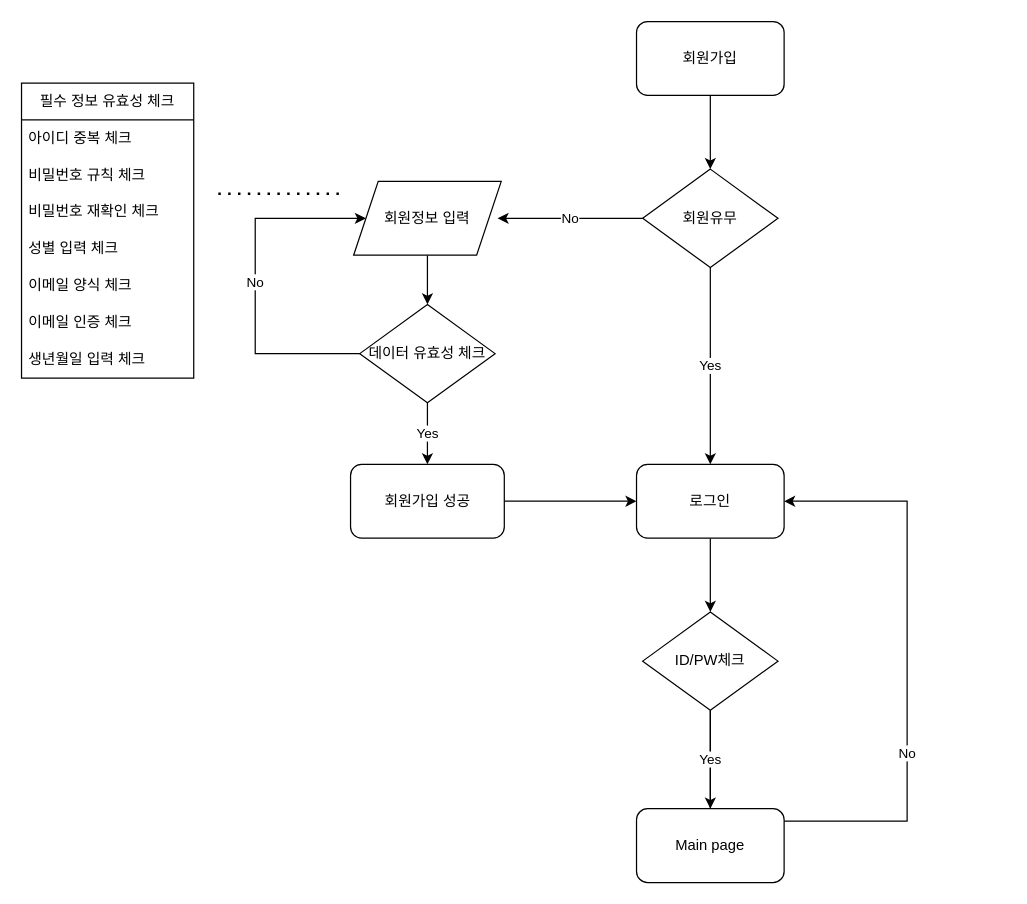
awfawf123/workspace keeps this draw.io diagram as page "회원가입" (1 of 2) of 제목 없는 다이어그램.drawio. Above is the earlier version. Source tidied: cells renumbered, new cells numbered last; positions are measured from the earlier drawing's top-left corner, leaving out a move shared by most shapes. Both pictures are drawn from the tidied source at 123%, with x=0, y=0 at pixel (21, 21).
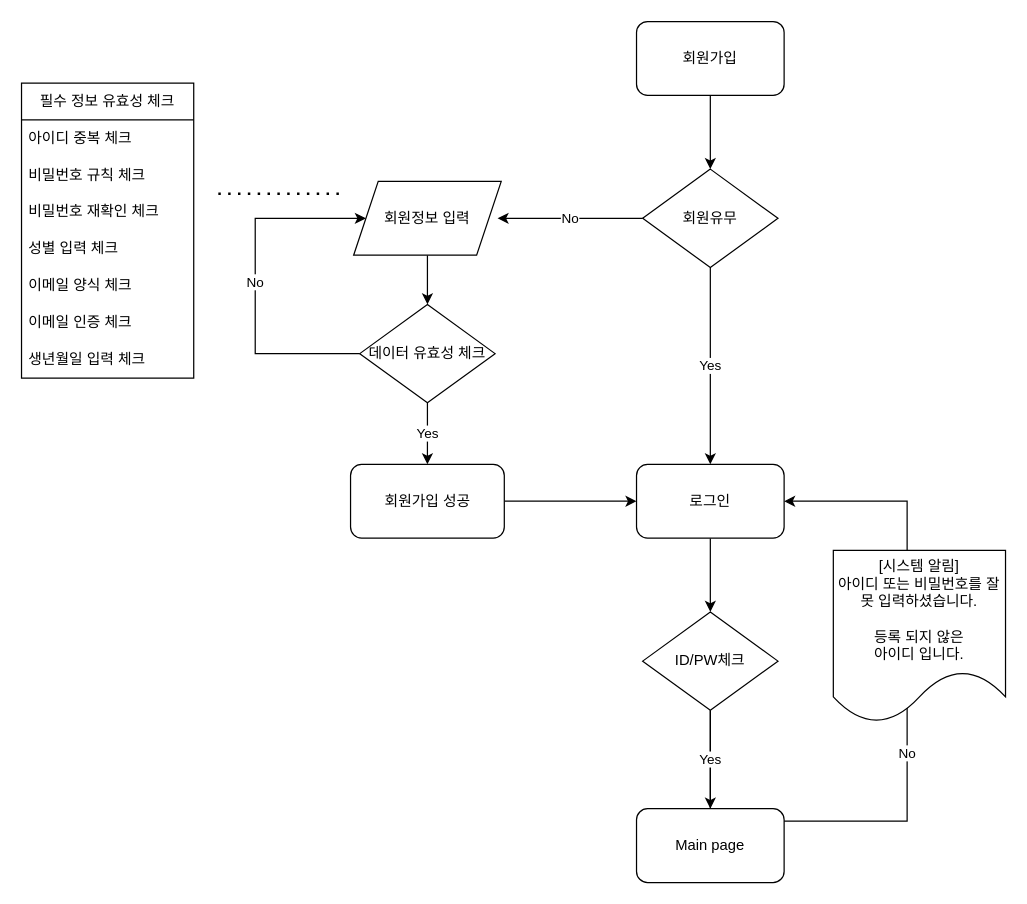
The same page after the edit.

The edit, as a diff of the source:
```diff
@@
+    <mxCell id="29" value="[시스템 알림]&lt;br&gt;아이디 또는 비밀번호를 잘못 입력하셨습니다.&lt;br&gt;&lt;br&gt;등록 되지 않은 &lt;br&gt;아이디 입니다." style="shape=document;whiteSpace=wrap;html=1;boundedLbl=1;" parent="1" vertex="1">
+      <mxGeometry x="660" y="430" width="140" height="140" as="geometry" />
+    </mxCell>
```
